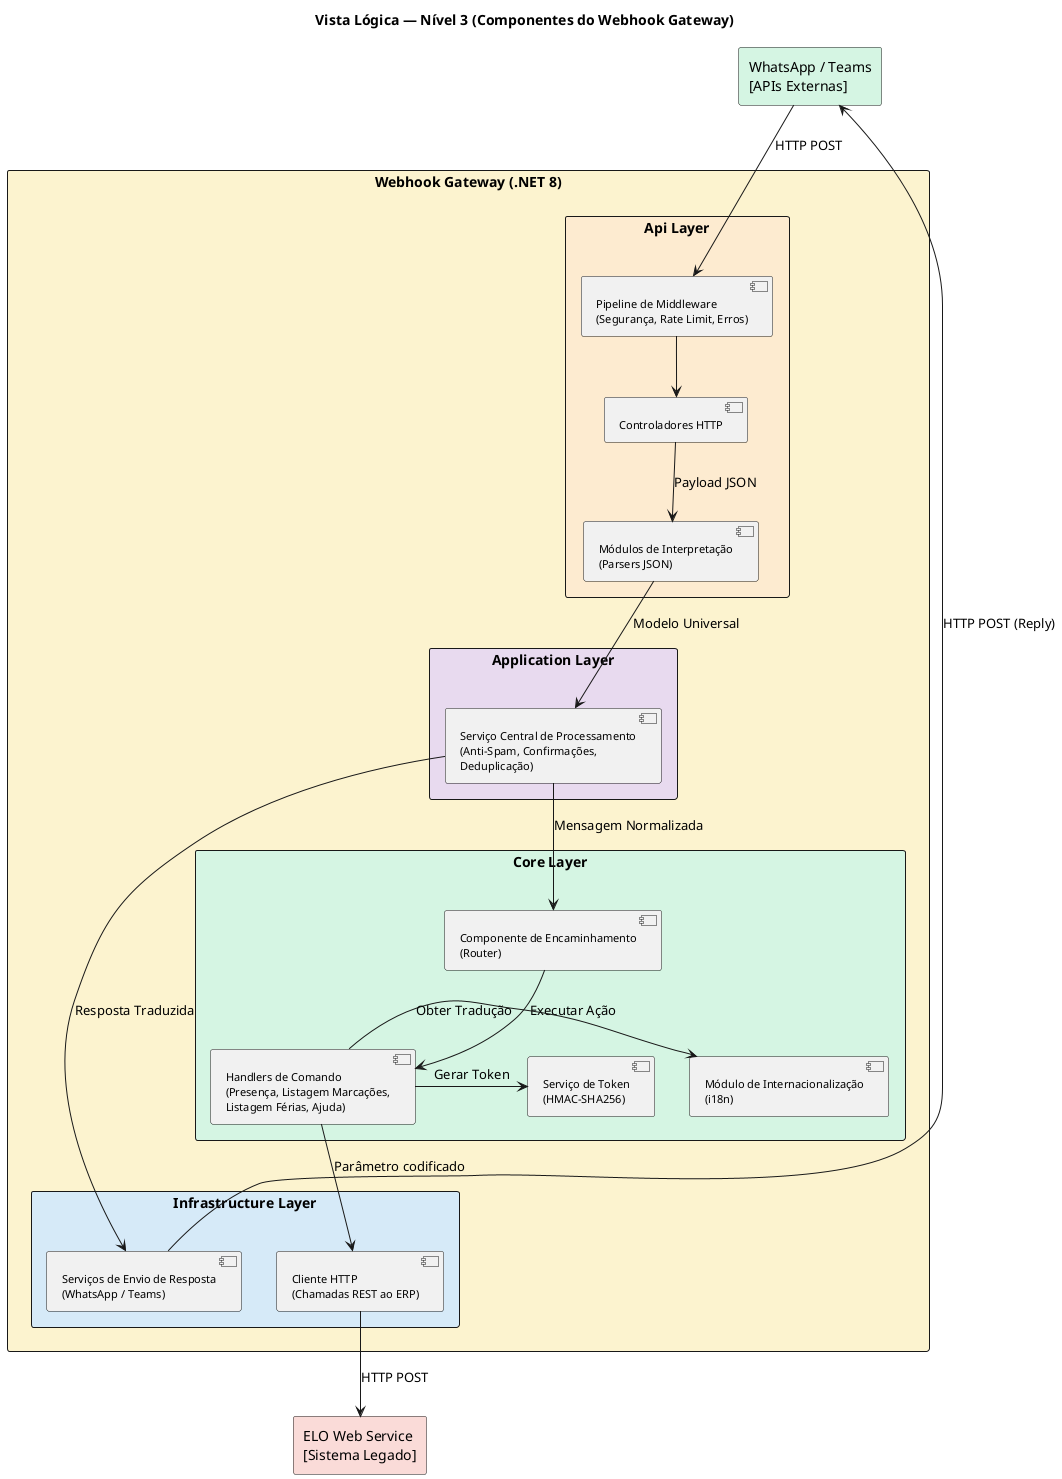
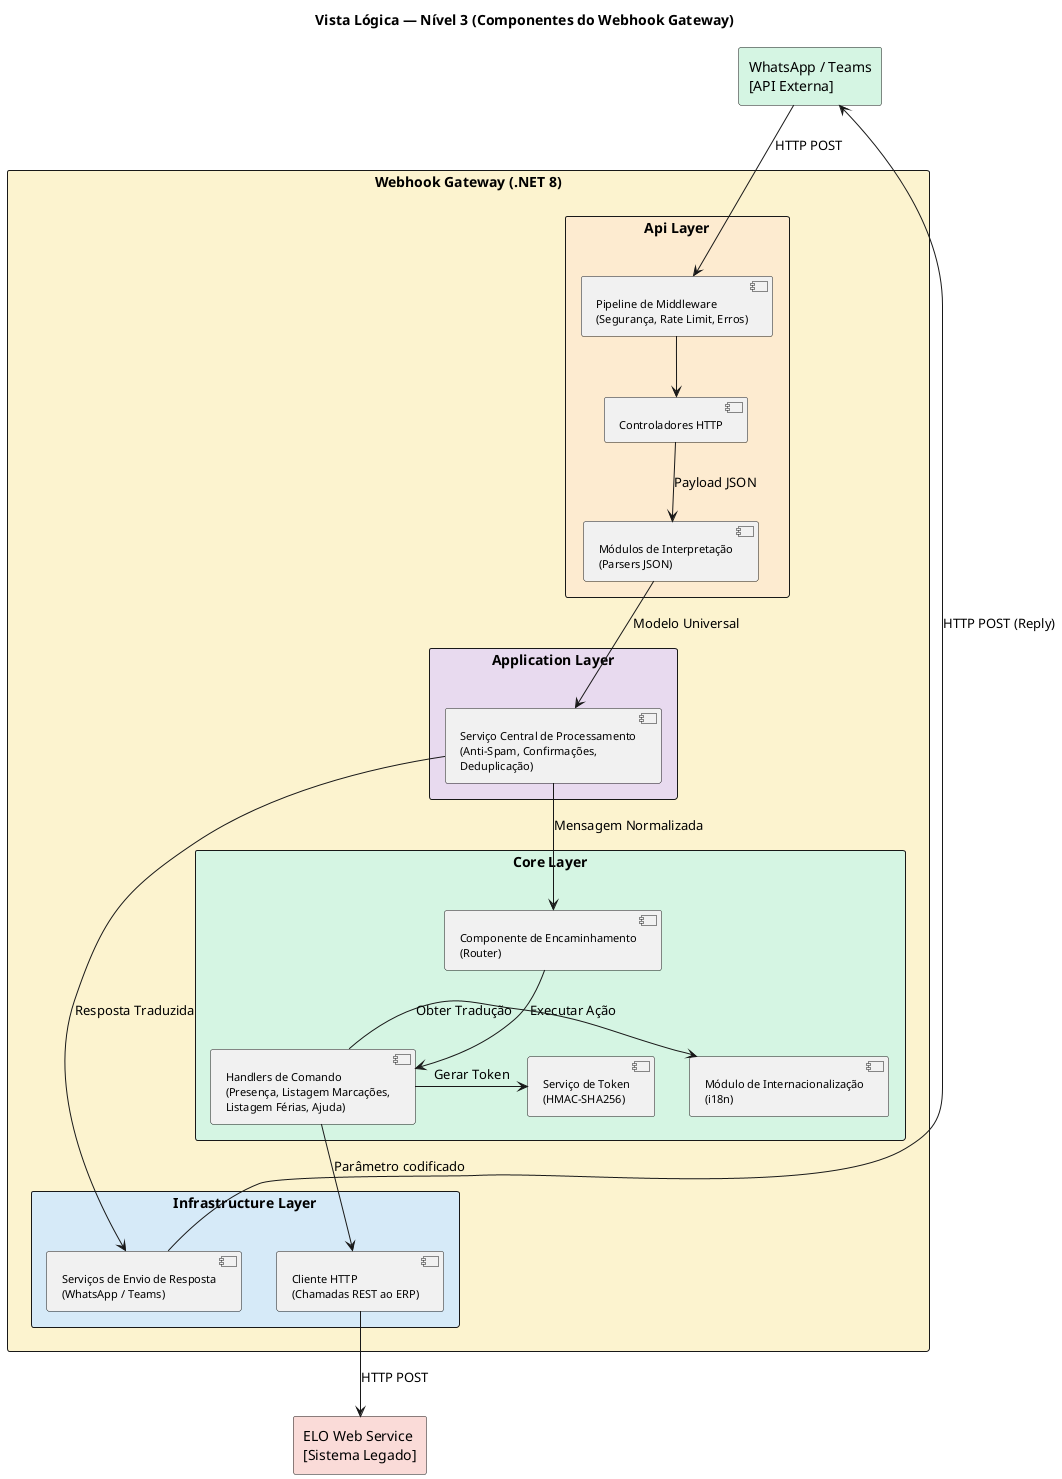
@startuml vista_logica_n3_componentes
skinparam backgroundColor #FFFFFF
skinparam shadowing false
skinparam defaultFontName "Segoe UI"
skinparam packageStyle rectangle
skinparam componentFontSize 11
top to bottom direction

title Vista Lógica — Nível 3 (Componentes do Webhook Gateway)

' ─── Sistemas Externos ────────────────────────────────────
- rectangle "WhatsApp / Teams\n[APIs Externas]" as apis_ext #D5F5E3
+ rectangle "WhatsApp / Teams\n[API Externa]" as apis_ext #D5F5E3
rectangle "ELO Web Service\n[Sistema Legado]" as elo_ext #FADBD8

' ─── Gateway Webhook (.NET 8) ─────────────────────────────
package "Webhook Gateway (.NET 8)" #FCF3CF {

    package "Api Layer" #FDEBD0 {
        component "Controladores HTTP" as ctrl
        component "Pipeline de Middleware\n(Segurança, Rate Limit, Erros)" as middleware
        component "Módulos de Interpretação\n(Parsers JSON)" as parsers
    }

    package "Application Layer" #E8DAEF {
        component "Serviço Central de Processamento\n(Anti-Spam, Confirmações,\nDeduplicação)" as mps
    }

    package "Core Layer" #D5F5E3 {
        component "Componente de Encaminhamento\n(Router)" as router
        component "Handlers de Comando\n(Presença, Listagem Marcações,\nListagem Férias, Ajuda)" as handlers
        component "Módulo de Internacionalização\n(i18n)" as localizer
        component "Serviço de Token\n(HMAC-SHA256)" as tokenSvc
    }

    package "Infrastructure Layer" #D6EAF8 {
        component "Cliente HTTP\n(Chamadas REST ao ERP)" as wsUtils
        component "Serviços de Envio de Resposta\n(WhatsApp / Teams)" as msgSvcs
    }
}

' ─── Fluxo Principal ──────────────────────────────────────
apis_ext -down-> middleware : "HTTP POST"
middleware -down-> ctrl
ctrl -down-> parsers : "Payload JSON"
parsers -down-> mps : "Modelo Universal"

mps -down-> router : "Mensagem Normalizada"
router -down-> handlers : "Executar Ação"

handlers -right-> localizer : "Obter Tradução"
handlers -right-> tokenSvc : "Gerar Token"
handlers -down-> wsUtils : "Parâmetro codificado"

wsUtils -down-> elo_ext : "HTTP POST"

mps -right-> msgSvcs : "Resposta Traduzida"
msgSvcs -up-> apis_ext : "HTTP POST (Reply)"

@enduml
